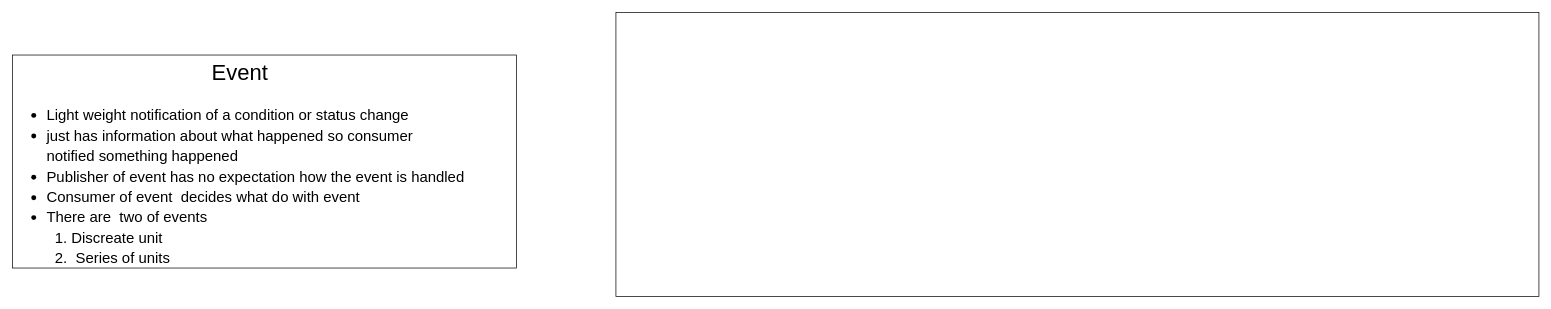
This is page "Event VS Message" (2 of 3) of EventGrid/EventGrid_Flow_Diagrams.drawio from KollaRajesh/aztd-AzureMessagingServices, a draw.io file, before an edit. Source tidied: cells renumbered, new cells numbered last; positions are measured from the earlier drawing's top-left corner, leaving out a move shared by most shapes. Both pictures are drawn from the tidied source at 71%, with x=0, y=0 at pixel (12, 12).
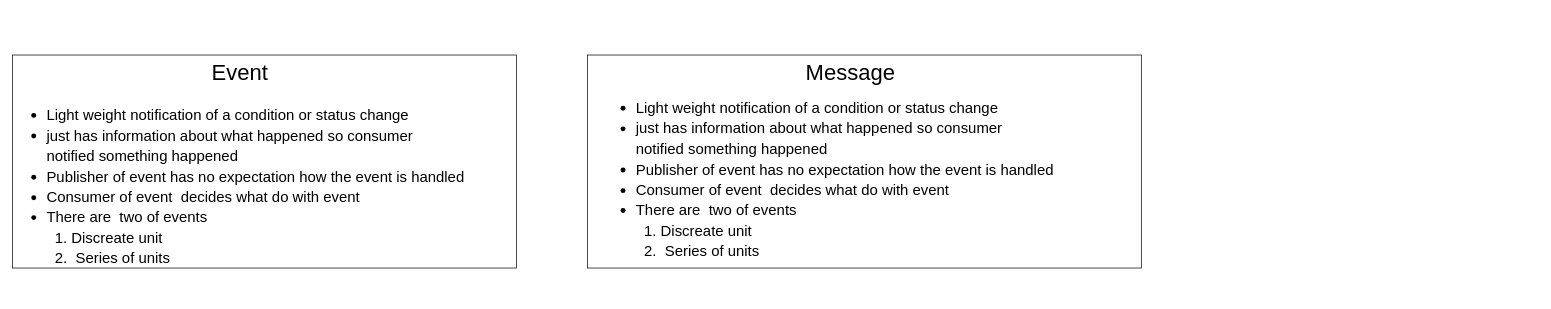
Above is the later version.

The edit, as a diff of the source:
```diff
@@
 <mxGraphModel>
   <root>
     <mxCell id="0" />
     <mxCell id="1" parent="0" />
     <mxCell id="2" style="rounded=0;whiteSpace=wrap;html=1;" parent="1" vertex="1">
-      <mxGeometry x="850" width="1300" height="400" as="geometry" />
+      <mxGeometry x="810" y="60" width="780" height="300" as="geometry" />
     </mxCell>
     <mxCell id="3" style="rounded=0;whiteSpace=wrap;html=1;" parent="1" vertex="1">
       <mxGeometry y="60" width="710" height="300" as="geometry" />
     </mxCell>
     <mxCell id="4" value="Event" style="text;html=1;align=center;verticalAlign=middle;fillColor=none;strokeColor=none;rounded=0;fontSize=31;" parent="1" vertex="1">
       <mxGeometry x="270" y="65" width="100" height="40" as="geometry" />
     </mxCell>
     <mxCell id="5" value="&lt;ul&gt;&lt;li style=&quot;text-align: left&quot;&gt;&lt;font style=&quot;font-size: 21px&quot;&gt;Light weight notification of a condition or status change&amp;nbsp;&lt;/font&gt;&lt;/li&gt;&lt;li style=&quot;text-align: left&quot;&gt;&lt;font style=&quot;font-size: 21px&quot;&gt;just has information about what happened so consumer &lt;br&gt;notified something happened&amp;nbsp;&lt;/font&gt;&lt;/li&gt;&lt;li style=&quot;text-align: left&quot;&gt;&lt;span style=&quot;font-size: 21px&quot;&gt;Publisher of event has no expectation how the event is handled&amp;nbsp;&lt;/span&gt;&lt;/li&gt;&lt;li style=&quot;text-align: left&quot;&gt;&lt;span style=&quot;font-size: 21px&quot;&gt;Consumer of event&amp;nbsp; decides what do with event&amp;nbsp;&lt;/span&gt;&lt;/li&gt;&lt;li style=&quot;text-align: left&quot;&gt;&lt;span style=&quot;font-size: 21px&quot;&gt;There are&amp;nbsp; two of events&amp;nbsp;&amp;nbsp;&lt;br&gt;&amp;nbsp; 1. Discreate unit&lt;br&gt;&amp;nbsp; 2.&amp;nbsp; Series of units&lt;/span&gt;&lt;/li&gt;&lt;/ul&gt;" style="text;html=1;align=center;verticalAlign=middle;fillColor=none;strokeColor=none;rounded=0;fontSize=24;" parent="1" vertex="1">
       <mxGeometry y="100" width="650" height="290" as="geometry" />
     </mxCell>
+    <mxCell id="6" value="&lt;ul&gt;&lt;li style=&quot;text-align: left&quot;&gt;&lt;font style=&quot;font-size: 21px&quot;&gt;Light weight notification of a condition or status change&amp;nbsp;&lt;/font&gt;&lt;/li&gt;&lt;li style=&quot;text-align: left&quot;&gt;&lt;font style=&quot;font-size: 21px&quot;&gt;just has information about what happened so consumer &lt;br&gt;notified something happened&amp;nbsp;&lt;/font&gt;&lt;/li&gt;&lt;li style=&quot;text-align: left&quot;&gt;&lt;span style=&quot;font-size: 21px&quot;&gt;Publisher of event has no expectation how the event is handled&amp;nbsp;&lt;/span&gt;&lt;/li&gt;&lt;li style=&quot;text-align: left&quot;&gt;&lt;span style=&quot;font-size: 21px&quot;&gt;Consumer of event&amp;nbsp; decides what do with event&amp;nbsp;&lt;/span&gt;&lt;/li&gt;&lt;li style=&quot;text-align: left&quot;&gt;&lt;span style=&quot;font-size: 21px&quot;&gt;There are&amp;nbsp; two of events&amp;nbsp;&amp;nbsp;&lt;br&gt;&amp;nbsp; 1. Discreate unit&lt;br&gt;&amp;nbsp; 2.&amp;nbsp; Series of units&lt;/span&gt;&lt;/li&gt;&lt;/ul&gt;" style="text;html=1;align=center;verticalAlign=middle;fillColor=none;strokeColor=none;rounded=0;fontSize=24;" parent="1" vertex="1">
+      <mxGeometry x="830" y="90" width="650" height="290" as="geometry" />
+    </mxCell>
+    <mxCell id="7" value="Message" style="text;html=1;align=center;verticalAlign=middle;fillColor=none;strokeColor=none;rounded=0;fontSize=31;" parent="1" vertex="1">
+      <mxGeometry x="1110" y="65" width="140" height="40" as="geometry" />
+    </mxCell>
   </root>
 </mxGraphModel>
```
